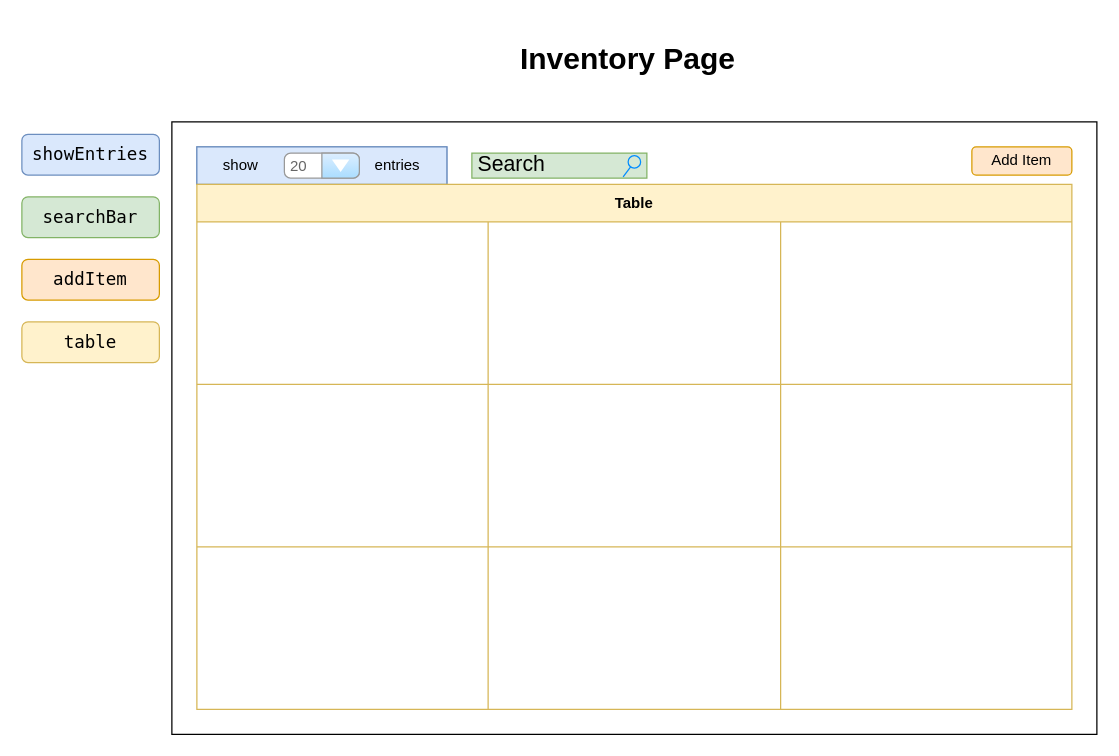
This is page "Inventory" (3 of 3) of docs/plans/plans.drawio from hangyin2017/hero-inventory-frontend, a draw.io file, before an edit. Source tidied: cells renumbered, new cells numbered last; positions are measured from the earlier drawing's top-left corner, leaving out a move shared by most shapes. Both pictures are drawn from the tidied source at 125%, with x=0, y=0 at pixel (21, 21).
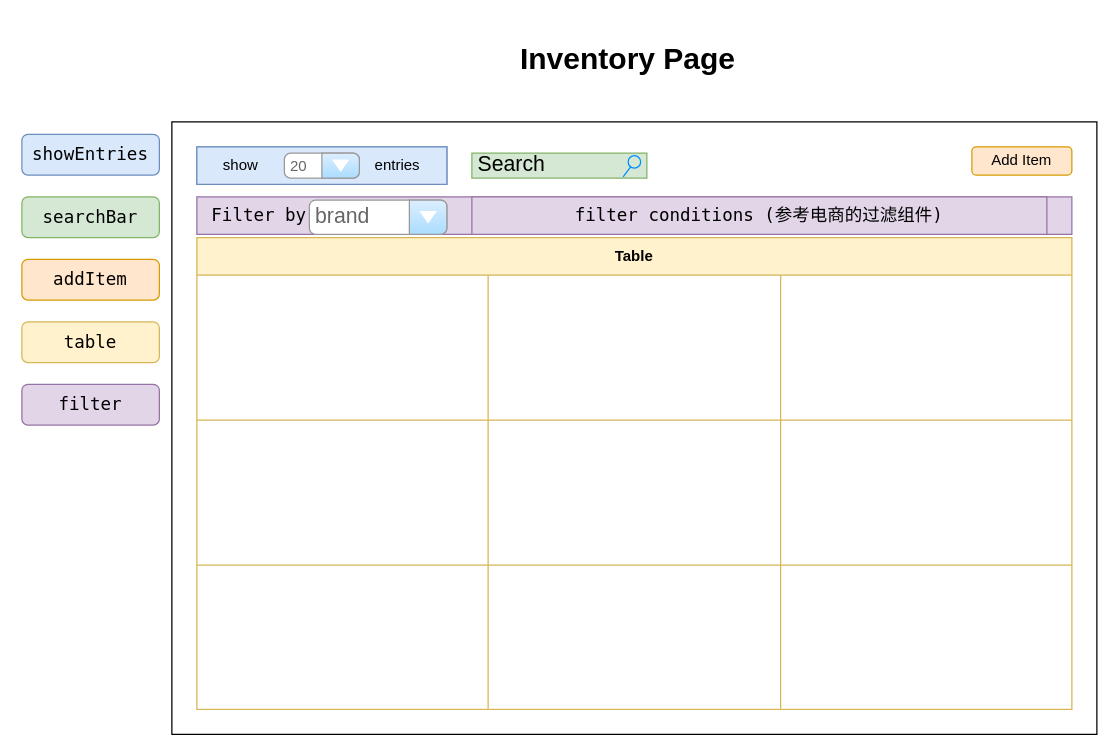
Above is the later version.

Diff of the diagram source:
```diff
@@
+    <mxCell id="21" value="&lt;h1&gt;Inventory Page&lt;/h1&gt;" style="text;html=1;strokeColor=none;fillColor=none;align=center;verticalAlign=middle;whiteSpace=wrap;rounded=0;" parent="1" vertex="1">
+      <mxGeometry x="360" width="250" height="60" as="geometry" />
+    </mxCell>
+    <mxCell id="22" value="&lt;p style=&quot;font-size: 14px;&quot;&gt;&lt;font face=&quot;Lucida Console&quot; style=&quot;font-size: 14px;&quot;&gt;showEntries&lt;/font&gt;&lt;/p&gt;" style="text;html=1;strokeColor=#6c8ebf;fillColor=#dae8fc;align=center;verticalAlign=middle;whiteSpace=wrap;rounded=1;fontSize=14;" parent="1" vertex="1">
+      <mxGeometry y="90" width="110" height="32.5" as="geometry" />
+    </mxCell>
+    <mxCell id="23" value="&lt;p style=&quot;font-size: 14px&quot;&gt;&lt;font face=&quot;Lucida Console&quot; style=&quot;font-size: 14px&quot;&gt;searchBar&lt;/font&gt;&lt;/p&gt;" style="text;html=1;strokeColor=#82b366;fillColor=#d5e8d4;align=center;verticalAlign=middle;whiteSpace=wrap;rounded=1;fontSize=14;" parent="1" vertex="1">
+      <mxGeometry y="140" width="110" height="32.5" as="geometry" />
+    </mxCell>
+    <mxCell id="24" value="&lt;p style=&quot;font-size: 14px&quot;&gt;&lt;font face=&quot;Lucida Console&quot; style=&quot;font-size: 14px&quot;&gt;addItem&lt;/font&gt;&lt;/p&gt;" style="text;html=1;strokeColor=#d79b00;fillColor=#ffe6cc;align=center;verticalAlign=middle;whiteSpace=wrap;rounded=1;fontSize=14;" parent="1" vertex="1">
+      <mxGeometry y="190" width="110" height="32.5" as="geometry" />
+    </mxCell>
+    <mxCell id="25" value="&lt;p style=&quot;font-size: 14px&quot;&gt;&lt;font face=&quot;Lucida Console&quot; style=&quot;font-size: 14px&quot;&gt;table&lt;/font&gt;&lt;/p&gt;" style="text;html=1;strokeColor=#d6b656;fillColor=#fff2cc;align=center;verticalAlign=middle;whiteSpace=wrap;rounded=1;fontSize=14;" parent="1" vertex="1">
+      <mxGeometry y="240" width="110" height="32.5" as="geometry" />
+    </mxCell>
     <mxCell id="8" value="Table" style="shape=table;html=1;whiteSpace=wrap;startSize=30;childLayout=tableLayout;fontStyle=1;align=center;strokeColor=#d6b656;fillColor=#fff2cc;" parent="1" vertex="1">
-      <mxGeometry x="140" y="130" width="700" height="420" as="geometry" />
+      <mxGeometry x="140" y="172.5" width="700" height="377.5" as="geometry" />
     </mxCell>
     <mxCell id="9" style="shape=partialRectangle;html=1;whiteSpace=wrap;fillColor=none;top=0;left=0;bottom=0;right=0;" parent="8" vertex="1">
-      <mxGeometry y="30" width="700" height="130" as="geometry" />
+      <mxGeometry y="30" width="700" height="116" as="geometry" />
     </mxCell>
     <mxCell id="10" style="shape=partialRectangle;html=1;whiteSpace=wrap;fillColor=none;top=0;left=0;bottom=0;right=0;overflow=hidden;" parent="9" vertex="1">
-      <mxGeometry width="233" height="130" as="geometry" />
+      <mxGeometry width="233" height="116" as="geometry" />
     </mxCell>
     <mxCell id="11" style="shape=partialRectangle;html=1;whiteSpace=wrap;fillColor=none;top=0;left=0;bottom=0;right=0;overflow=hidden;" parent="9" vertex="1">
-      <mxGeometry x="233" width="234" height="130" as="geometry" />
+      <mxGeometry x="233" width="234" height="116" as="geometry" />
     </mxCell>
     <mxCell id="12" style="shape=partialRectangle;html=1;whiteSpace=wrap;fillColor=none;top=0;left=0;bottom=0;right=0;overflow=hidden;" parent="9" vertex="1">
-      <mxGeometry x="467" width="233" height="130" as="geometry" />
+      <mxGeometry x="467" width="233" height="116" as="geometry" />
     </mxCell>
     <mxCell id="13" style="shape=partialRectangle;html=1;whiteSpace=wrap;fillColor=none;top=0;left=0;bottom=0;right=0;" parent="8" vertex="1">
-      <mxGeometry y="160" width="700" height="130" as="geometry" />
+      <mxGeometry y="146" width="700" height="116" as="geometry" />
     </mxCell>
     <mxCell id="14" style="shape=partialRectangle;html=1;whiteSpace=wrap;fillColor=none;top=0;left=0;bottom=0;right=0;overflow=hidden;" parent="13" vertex="1">
-      <mxGeometry width="233" height="130" as="geometry" />
+      <mxGeometry width="233" height="116" as="geometry" />
     </mxCell>
     <mxCell id="15" style="shape=partialRectangle;html=1;whiteSpace=wrap;fillColor=none;top=0;left=0;bottom=0;right=0;overflow=hidden;" parent="13" vertex="1">
-      <mxGeometry x="233" width="234" height="130" as="geometry" />
+      <mxGeometry x="233" width="234" height="116" as="geometry" />
     </mxCell>
     <mxCell id="16" style="shape=partialRectangle;html=1;whiteSpace=wrap;fillColor=none;top=0;left=0;bottom=0;right=0;overflow=hidden;" parent="13" vertex="1">
-      <mxGeometry x="467" width="233" height="130" as="geometry" />
+      <mxGeometry x="467" width="233" height="116" as="geometry" />
     </mxCell>
     <mxCell id="17" style="shape=partialRectangle;html=1;whiteSpace=wrap;fillColor=none;top=0;left=0;bottom=0;right=0;" parent="8" vertex="1">
-      <mxGeometry y="290" width="700" height="130" as="geometry" />
+      <mxGeometry y="262" width="700" height="115" as="geometry" />
     </mxCell>
     <mxCell id="18" style="shape=partialRectangle;html=1;whiteSpace=wrap;fillColor=none;top=0;left=0;bottom=0;right=0;overflow=hidden;" parent="17" vertex="1">
-      <mxGeometry width="233" height="130" as="geometry" />
+      <mxGeometry width="233" height="115" as="geometry" />
     </mxCell>
     <mxCell id="19" style="shape=partialRectangle;html=1;whiteSpace=wrap;fillColor=none;top=0;left=0;bottom=0;right=0;overflow=hidden;" parent="17" vertex="1">
-      <mxGeometry x="233" width="234" height="130" as="geometry" />
+      <mxGeometry x="233" width="234" height="115" as="geometry" />
     </mxCell>
     <mxCell id="20" style="shape=partialRectangle;html=1;whiteSpace=wrap;fillColor=none;top=0;left=0;bottom=0;right=0;overflow=hidden;" parent="17" vertex="1">
-      <mxGeometry x="467" width="233" height="130" as="geometry" />
+      <mxGeometry x="467" width="233" height="115" as="geometry" />
     </mxCell>
-    <mxCell id="21" value="&lt;h1&gt;Inventory Page&lt;/h1&gt;" style="text;html=1;strokeColor=none;fillColor=none;align=center;verticalAlign=middle;whiteSpace=wrap;rounded=0;" parent="1" vertex="1">
-      <mxGeometry x="360" width="250" height="60" as="geometry" />
-    </mxCell>
-    <mxCell id="22" value="&lt;p style=&quot;font-size: 14px;&quot;&gt;&lt;font face=&quot;Lucida Console&quot; style=&quot;font-size: 14px;&quot;&gt;showEntries&lt;/font&gt;&lt;/p&gt;" style="text;html=1;strokeColor=#6c8ebf;fillColor=#dae8fc;align=center;verticalAlign=middle;whiteSpace=wrap;rounded=1;fontSize=14;" parent="1" vertex="1">
-      <mxGeometry y="90" width="110" height="32.5" as="geometry" />
-    </mxCell>
-    <mxCell id="23" value="&lt;p style=&quot;font-size: 14px&quot;&gt;&lt;font face=&quot;Lucida Console&quot; style=&quot;font-size: 14px&quot;&gt;searchBar&lt;/font&gt;&lt;/p&gt;" style="text;html=1;strokeColor=#82b366;fillColor=#d5e8d4;align=center;verticalAlign=middle;whiteSpace=wrap;rounded=1;fontSize=14;" parent="1" vertex="1">
-      <mxGeometry y="140" width="110" height="32.5" as="geometry" />
-    </mxCell>
-    <mxCell id="24" value="&lt;p style=&quot;font-size: 14px&quot;&gt;&lt;font face=&quot;Lucida Console&quot; style=&quot;font-size: 14px&quot;&gt;addItem&lt;/font&gt;&lt;/p&gt;" style="text;html=1;strokeColor=#d79b00;fillColor=#ffe6cc;align=center;verticalAlign=middle;whiteSpace=wrap;rounded=1;fontSize=14;" parent="1" vertex="1">
-      <mxGeometry y="190" width="110" height="32.5" as="geometry" />
-    </mxCell>
-    <mxCell id="25" value="&lt;p style=&quot;font-size: 14px&quot;&gt;&lt;font face=&quot;Lucida Console&quot; style=&quot;font-size: 14px&quot;&gt;table&lt;/font&gt;&lt;/p&gt;" style="text;html=1;strokeColor=#d6b656;fillColor=#fff2cc;align=center;verticalAlign=middle;whiteSpace=wrap;rounded=1;fontSize=14;" parent="1" vertex="1">
-      <mxGeometry y="240" width="110" height="32.5" as="geometry" />
-    </mxCell>
+    <mxCell id="26" style="rounded=0;whiteSpace=wrap;html=1;strokeColor=#9673a6;fillColor=#e1d5e7;fontFamily=Lucida Console;fontSize=14;" parent="1" vertex="1">
+      <mxGeometry x="140" y="140" width="700" height="30" as="geometry" />
+    </mxCell>
+    <mxCell id="27" value="&lt;p style=&quot;font-size: 14px&quot;&gt;&lt;font face=&quot;Lucida Console&quot; style=&quot;font-size: 14px&quot;&gt;filter&lt;/font&gt;&lt;/p&gt;" style="text;html=1;strokeColor=#9673a6;fillColor=#e1d5e7;align=center;verticalAlign=middle;whiteSpace=wrap;rounded=1;fontSize=14;" parent="1" vertex="1">
+      <mxGeometry y="290" width="110" height="32.5" as="geometry" />
+    </mxCell>
+    <mxCell id="28" value="brand" style="strokeWidth=1;shadow=0;dashed=0;align=center;html=1;shape=mxgraph.mockup.forms.comboBox;strokeColor=#999999;fillColor=#ddeeff;align=left;fillColor2=#aaddff;mainText=;fontColor=#666666;fontSize=17;spacingLeft=3;rounded=1;" parent="1" vertex="1">
+      <mxGeometry x="230" y="142.5" width="110" height="27.5" as="geometry" />
+    </mxCell>
+    <mxCell id="29" value="Filter by" style="text;html=1;strokeColor=none;fillColor=none;align=center;verticalAlign=middle;whiteSpace=wrap;rounded=0;fontFamily=Lucida Console;fontSize=14;" parent="1" vertex="1">
+      <mxGeometry x="150" y="145" width="80" height="20" as="geometry" />
+    </mxCell>
+    <mxCell id="30" value="filter conditions (参考电商的过滤组件)" style="rounded=0;whiteSpace=wrap;html=1;strokeColor=#9673a6;fillColor=#e1d5e7;fontFamily=Lucida Console;fontSize=14;" parent="1" vertex="1">
+      <mxGeometry x="360" y="140" width="460" height="30" as="geometry" />
+    </mxCell>
```
